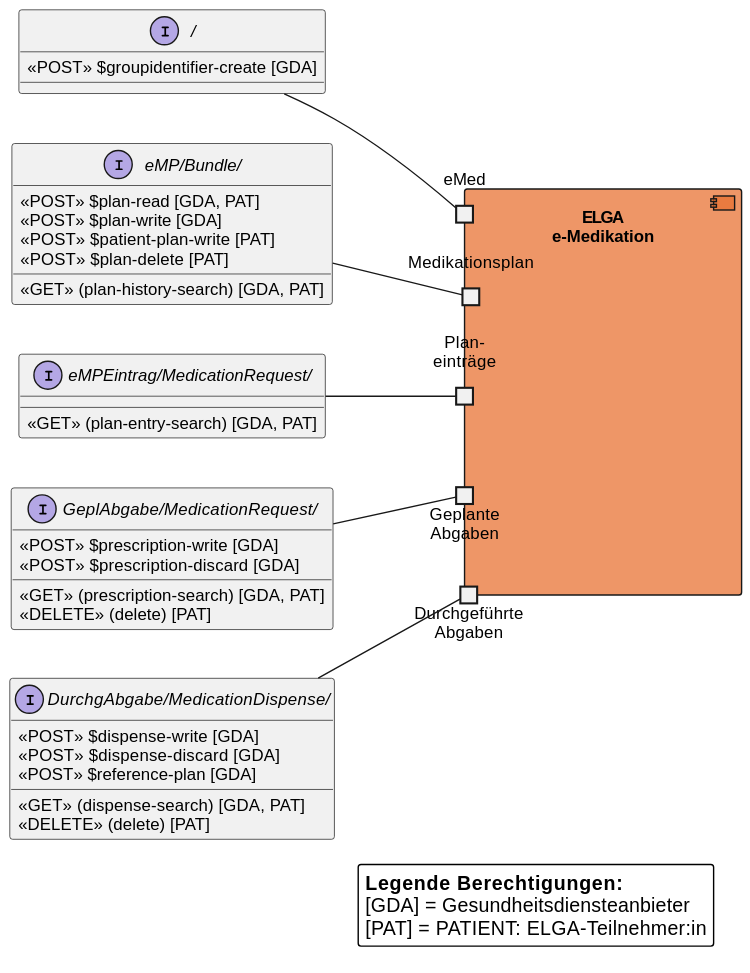
The PlantUML diagram input/images/plantuml/interaction_overview.svg in HL7Austria/ELGA-e-Medikation-R4, before a commit. Its diagram source:
```plantuml
@startuml
allowmixing




skinparam componentStyle uml2
skinparam packageStyle rectangle

skinparam borderColor #555555
skinparam backgroundColor #FFFFFF
skinparam shadowing false
skinparam roundCorner 4
skinparam defaultFontName "Arial"
skinparam defaultFontSize 12
skinparam defaultFontColor #000000

!define COLOR_EMED_FA  #e97232bd

skinparam component {
  BackgroundColor COLOR_EMED_FA
}

skinparam interface {
}

left to right direction


interface "DurchgAbgabe/MedicationDispense/" as IDurchgAbgabe {
  «GET» (dispense-search) [GDA, PAT]
  «POST» $dispense-write [GDA]
  «POST» $dispense-discard [GDA]
  «POST» $reference-plan [GDA]
  «DELETE» (delete) [PAT]
}

interface "GeplAbgabe/MedicationRequest/" as IGeplAbgabe {
  «GET» (prescription-search) [GDA, PAT]
  «POST» $prescription-write [GDA]
  «POST» $prescription-discard [GDA]
  «DELETE» (delete) [PAT]
}

interface "eMPEintrag/MedicationRequest/" as IPlaneintrag {
  «GET» (plan-entry-search) [GDA, PAT]
}

interface "eMP/Bundle/" as IBundle {
  «GET» (plan-history-search) [GDA, PAT]
  «POST» $plan-read [GDA, PAT]
  «POST» $plan-write [GDA]
  «POST» $patient-plan-write [PAT]
  «POST» $plan-delete [PAT]
}

interface "/" as IEmed {
  «POST» $groupidentifier-create [GDA]
}


component "ELGA\ne-Medikation" as Server {
  port "Durchgeführte\nAbgaben" as p5
  port "Geplante\nAbgaben" as p4
  port "Plan-\neinträge" as p3
  port "Medikationsplan" as p2
  port "eMed" as p1
}


p5 -up- IDurchgAbgabe
p4 -up- IGeplAbgabe
p3 -up- IPlaneintrag
p2 -up- IBundle
p1 -up- IEmed


legend right
  **Legende Berechtigungen:**
  [GDA] = Gesundheitsdiensteanbieter
  [PAT] = PATIENT: ELGA-Teilnehmer:in
end legend



@enduml
```
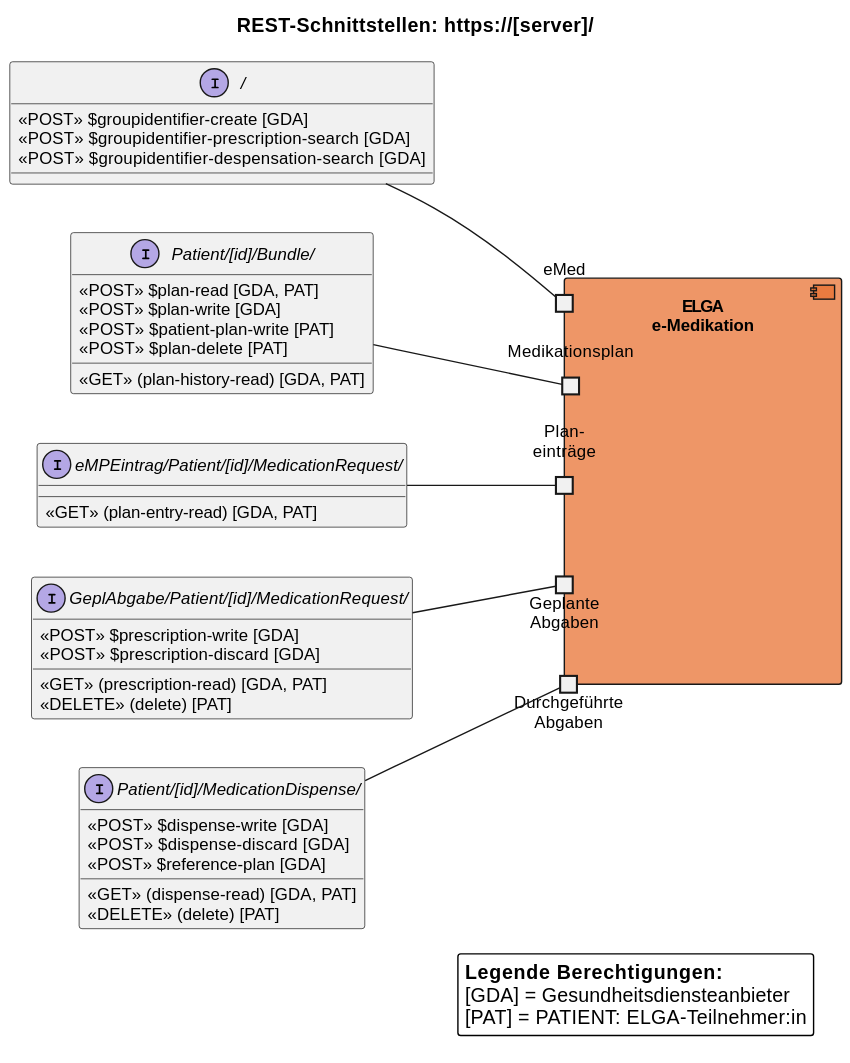
Above is the later version.

What changed in the source:
```diff
@@ -26,28 +26,29 @@
 
 left to right direction
 
+title REST-Schnittstellen: https://[server]/
 
-interface "DurchgAbgabe/MedicationDispense/" as IDurchgAbgabe {
-  «GET» (dispense-search) [GDA, PAT]
+interface "Patient/[id]/MedicationDispense/" as IDurchgAbgabe {
+  «GET» (dispense-read) [GDA, PAT]
   «POST» $dispense-write [GDA]
   «POST» $dispense-discard [GDA]
   «POST» $reference-plan [GDA]
   «DELETE» (delete) [PAT]
 }
 
-interface "GeplAbgabe/MedicationRequest/" as IGeplAbgabe {
-  «GET» (prescription-search) [GDA, PAT]
+interface "GeplAbgabe/Patient/[id]/MedicationRequest/" as IGeplAbgabe {
+  «GET» (prescription-read) [GDA, PAT]
   «POST» $prescription-write [GDA]
   «POST» $prescription-discard [GDA]
   «DELETE» (delete) [PAT]
 }
 
-interface "eMPEintrag/MedicationRequest/" as IPlaneintrag {
-  «GET» (plan-entry-search) [GDA, PAT]
+interface "eMPEintrag/Patient/[id]/MedicationRequest/" as IPlaneintrag {
+  «GET» (plan-entry-read) [GDA, PAT]
 }
 
-interface "eMP/Bundle/" as IBundle {
-  «GET» (plan-history-search) [GDA, PAT]
+interface "Patient/[id]/Bundle/" as IBundle {
+  «GET» (plan-history-read) [GDA, PAT]
   «POST» $plan-read [GDA, PAT]
   «POST» $plan-write [GDA]
   «POST» $patient-plan-write [PAT]
@@ -56,6 +57,8 @@
 
 interface "/" as IEmed {
   «POST» $groupidentifier-create [GDA]
+  «POST» $groupidentifier-prescription-search [GDA]
+  «POST» $groupidentifier-despensation-search [GDA]
 }
 
 
@@ -66,6 +69,7 @@
   port "Medikationsplan" as p2
   port "eMed" as p1
 }
+
 
 
 p5 -up- IDurchgAbgabe
```
